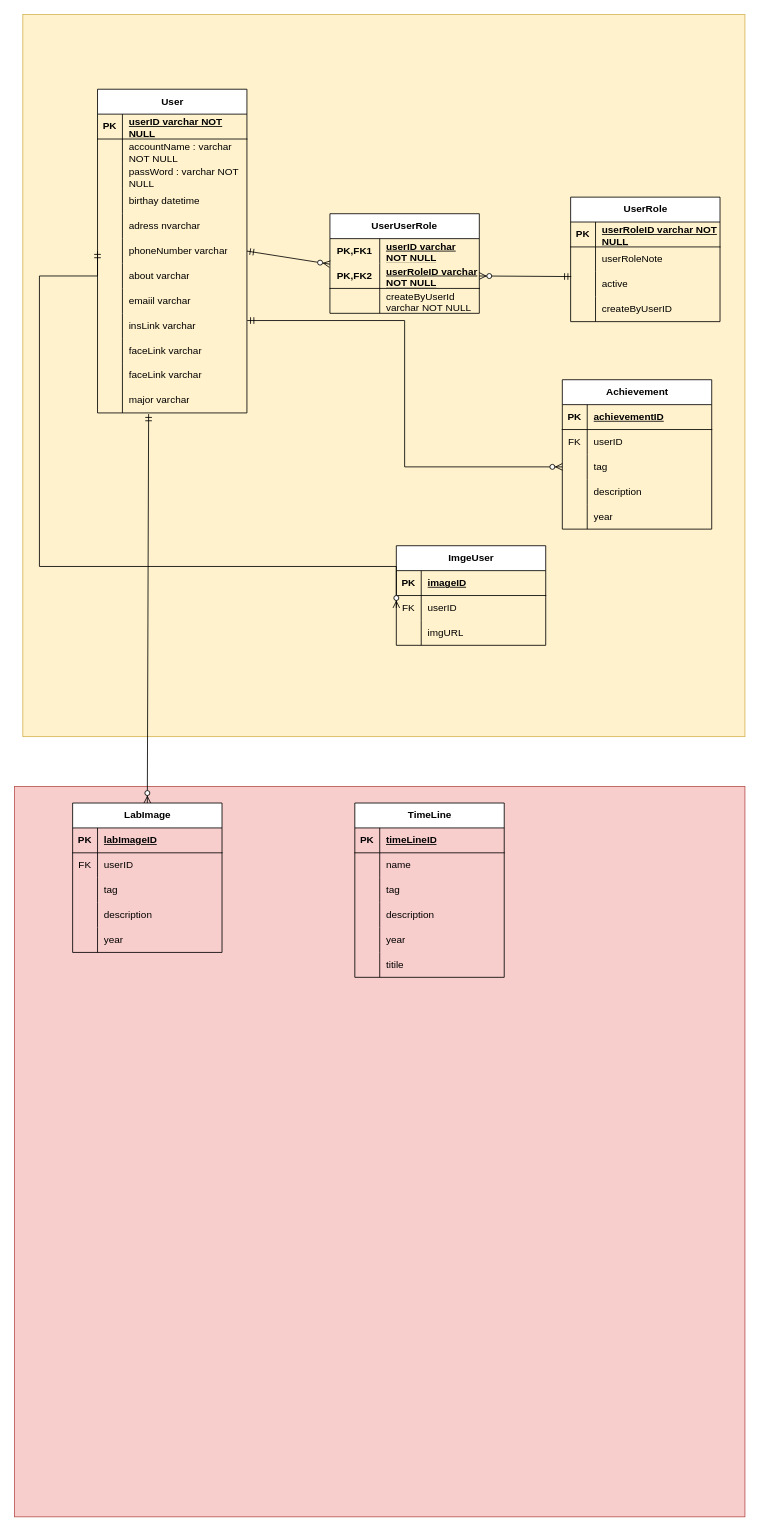
SiZedYi/H32_Blog keeps this draw.io diagram as Untitled Diagram.drawio. Above is the earlier version. Source tidied: cells renumbered, new cells numbered last; positions are measured from the earlier drawing's top-left corner, leaving out a move shared by most shapes. Both pictures are drawn from the tidied source at 83%, with x=0, y=0 at pixel (14, 14).
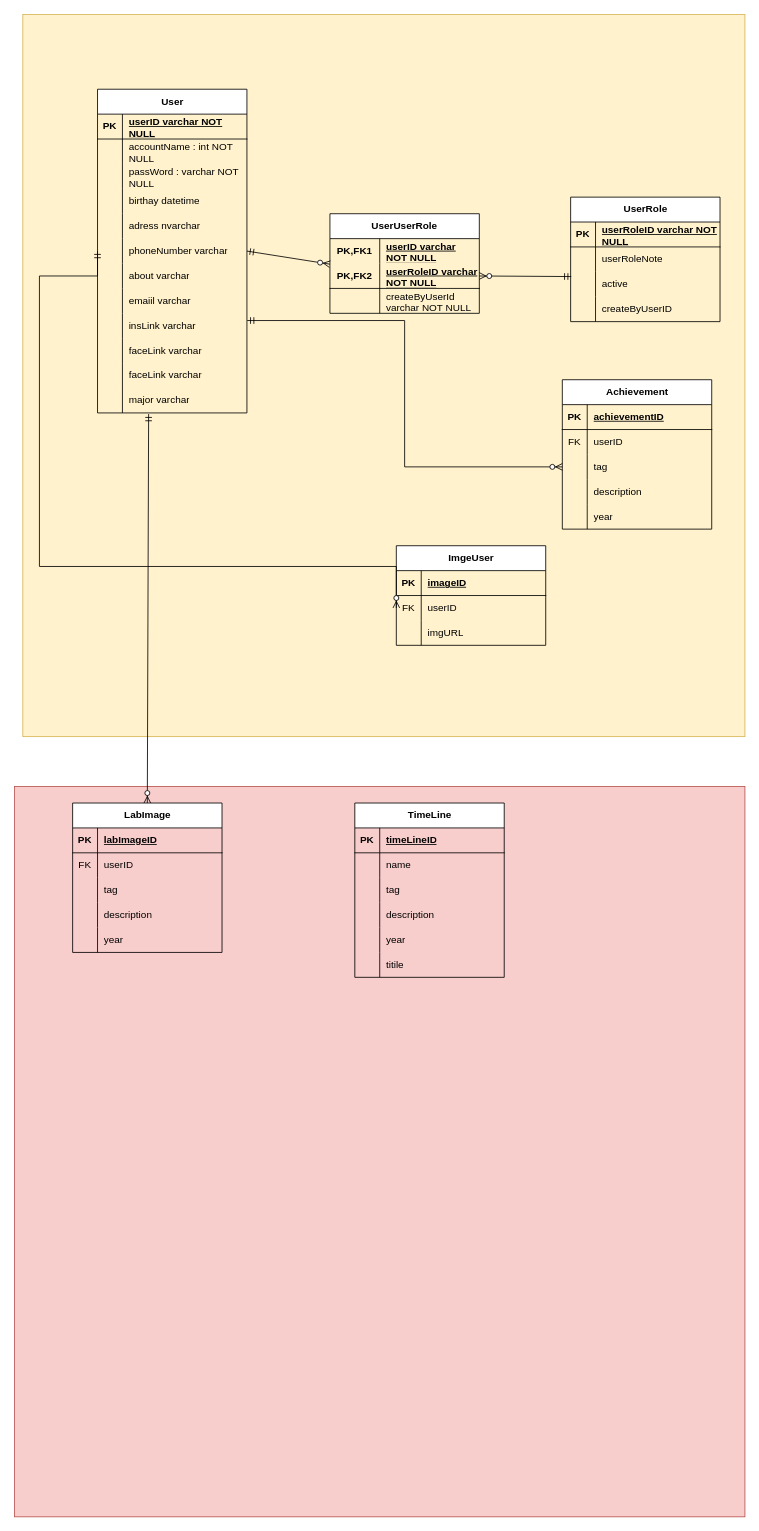
After the change.

Unchanged cells that the change refers to:
```xml
<mxCell id="8" style="shape=tableRow;horizontal=0;startSize=0;swimlaneHead=0;swimlaneBody=0;fillColor=none;top=0;left=0;right=0;bottom=0;" parent="4" vertex="1">
  <mxGeometry y="60" width="180" height="30" as="geometry" />
</mxCell>
```

The edit, as a diff of the source:
```diff
@@
-    <mxCell id="10" value="accountName : varchar NOT NULL" style="shape=partialRectangle;fillColor=none;top=0;left=0;bottom=0;right=0;align=left;spacingLeft=6;overflow=hidden;whiteSpace=wrap;html=1;" parent="8" vertex="1">
+    <mxCell id="10" value="accountName : int&amp;nbsp;NOT NULL" style="shape=partialRectangle;fillColor=none;top=0;left=0;bottom=0;right=0;align=left;spacingLeft=6;overflow=hidden;whiteSpace=wrap;html=1;" parent="8" vertex="1">
       <mxGeometry x="30" width="150" height="30" as="geometry" />
     </mxCell>
```
